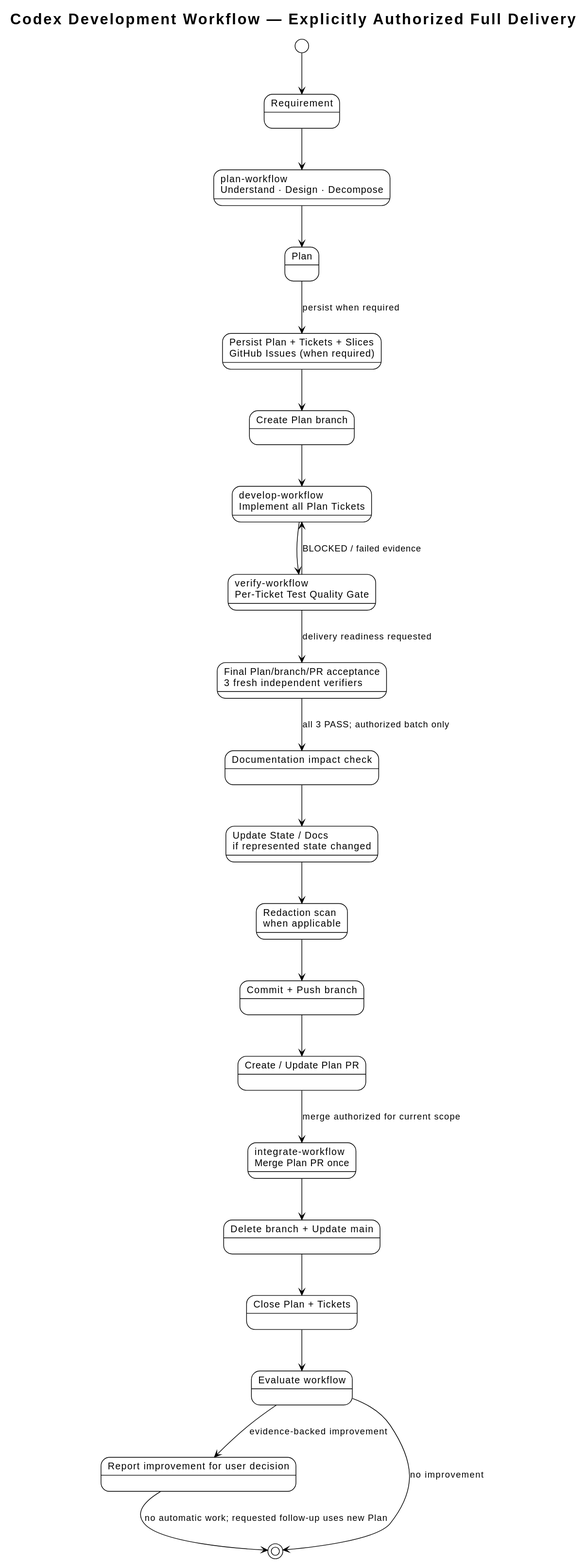
This is docs/architecture/diagrams/architecture.svg from i-zrhe2016/codex-development-workflow, a PlantUML export, as it was before one commit.
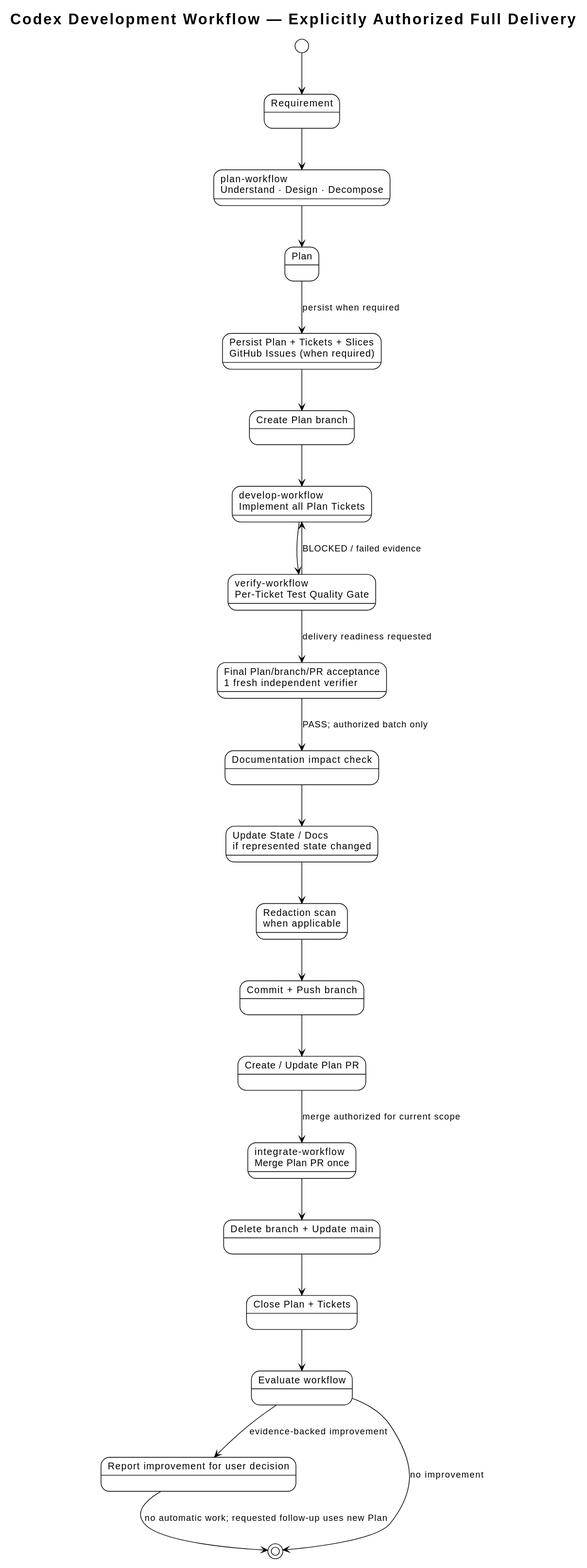
The same file after the commit.

Change to the diagram source:
```diff
@@ -13,7 +13,7 @@
 state "Create Plan branch" as Branch
 state "develop-workflow\nImplement all Plan Tickets" as Implement
 state "verify-workflow\nPer-Ticket Test Quality Gate" as Test
-state "Final Plan/branch/PR acceptance\n3 fresh independent verifiers" as FinalVerify
+state "Final Plan/branch/PR acceptance\n1 fresh independent verifier" as FinalVerify
 state "Documentation impact check" as Docs
 state "Update State / Docs\nif represented state changed" as State
 state "Redaction scan\nwhen applicable" as Redact
@@ -34,7 +34,7 @@
 Implement --> Test
 Test --> Implement : BLOCKED / failed evidence
 Test --> FinalVerify : delivery readiness requested
-FinalVerify --> Docs : all 3 PASS; authorized batch only
+FinalVerify --> Docs : PASS; authorized batch only
 Docs --> State
 State --> Redact
 Redact --> Publish
```
